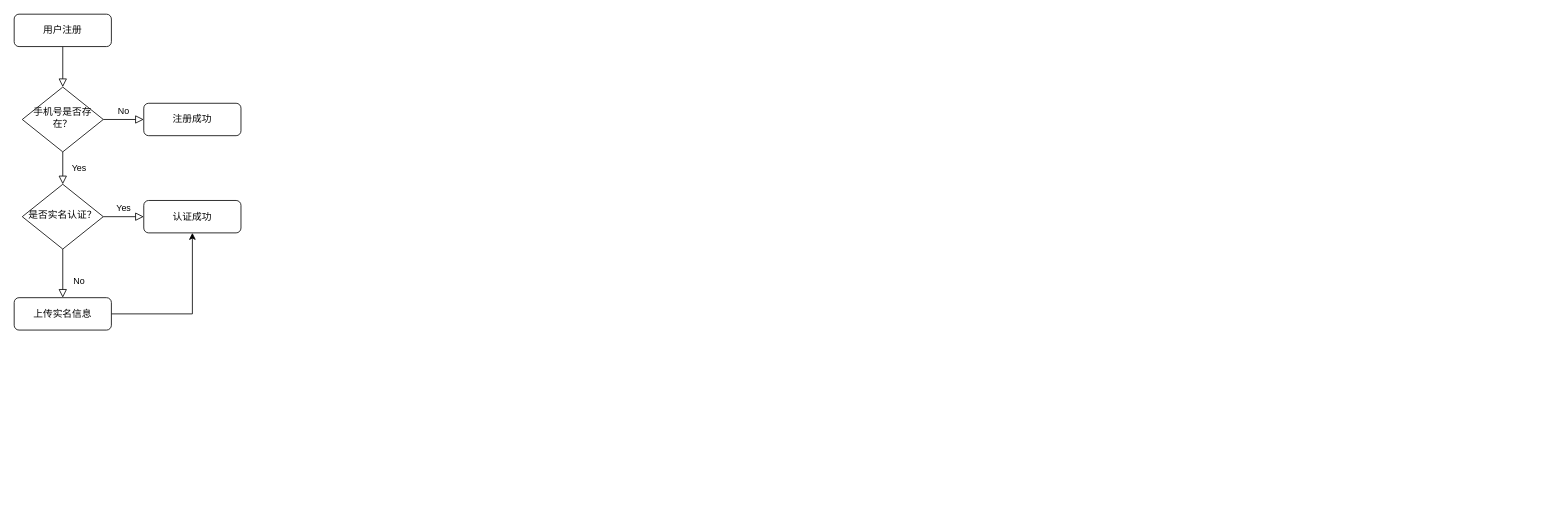
vikey5210000/diagrams keeps this draw.io diagram as 换电SaaS平台-业务流程图.drawio. Above is the earlier version. Source tidied: cells renumbered, new cells numbered last; positions are measured from the earlier drawing's top-left corner, leaving out a move shared by most shapes. Both pictures are drawn from the tidied source at 81%, with x=0, y=0 at pixel (14, 14).
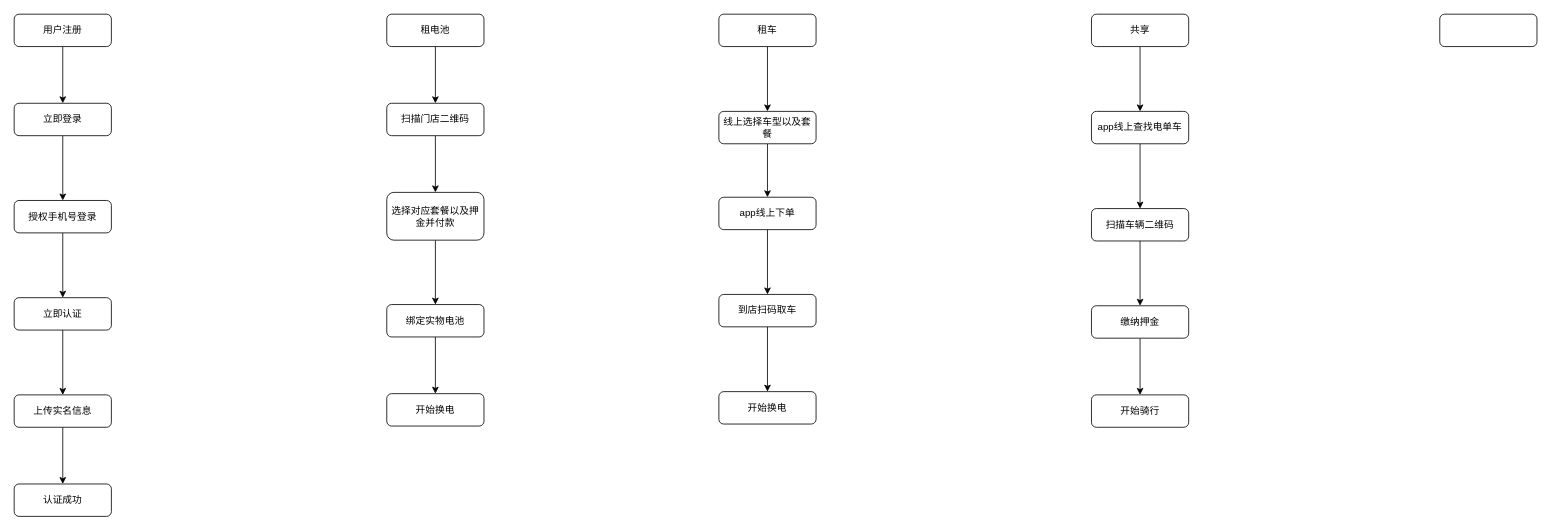
Above is the later version.

Commit message:
租电池、租车、共享业务流程

Unchanged cells that the change refers to:
```xml
<mxCell id="3" value="用户注册" style="rounded=1;whiteSpace=wrap;html=1;fontSize=12;glass=0;strokeWidth=1;shadow=0;" parent="1" vertex="1">
  <mxGeometry width="120" height="40" as="geometry" />
</mxCell>
```

The edit, as a diff of the source:
```diff
@@
-    <mxCell id="2" style="rounded=0;html=1;jettySize=auto;fontSize=11;endArrow=block;endFill=0;endSize=8;strokeWidth=1;shadow=0;labelBackgroundColor=none;edgeStyle=orthogonalEdgeStyle;" parent="1" edge="1" source="3" target="6">
-      <mxGeometry relative="1" as="geometry" />
-    </mxCell>
+    <mxCell id="14" style="edgeStyle=orthogonalEdgeStyle;rounded=0;jettySize=auto;html=1;" parent="1" edge="1" source="3" target="27">
+      <mxGeometry relative="1" as="geometry" />
+    </mxCell>
@@
-    <mxCell id="4" value="Yes" style="rounded=0;html=1;jettySize=auto;fontSize=11;endArrow=block;endFill=0;endSize=8;strokeWidth=1;shadow=0;labelBackgroundColor=none;edgeStyle=orthogonalEdgeStyle;" parent="1" edge="1" source="6" target="10">
-      <mxGeometry y="20" relative="1" as="geometry" />
-    </mxCell>
-    <mxCell id="5" value="No" style="edgeStyle=orthogonalEdgeStyle;rounded=0;html=1;jettySize=auto;fontSize=11;endArrow=block;endFill=0;endSize=8;strokeWidth=1;shadow=0;labelBackgroundColor=none;" parent="1" edge="1" source="6" target="7">
-      <mxGeometry y="10" relative="1" as="geometry" />
-    </mxCell>
-    <mxCell id="6" value="手机号是否存在？" style="rhombus;whiteSpace=wrap;html=1;shadow=0;fontFamily=Helvetica;fontSize=12;align=center;strokeWidth=1;spacing=6;spacingTop=-4;" parent="1" vertex="1">
-      <mxGeometry x="10" y="90" width="100" height="80" as="geometry" />
-    </mxCell>
-    <mxCell id="7" value="注册成功" style="rounded=1;whiteSpace=wrap;html=1;fontSize=12;glass=0;strokeWidth=1;shadow=0;" parent="1" vertex="1">
-      <mxGeometry x="160" y="110" width="120" height="40" as="geometry" />
-    </mxCell>
-    <mxCell id="8" value="No" style="rounded=0;html=1;jettySize=auto;fontSize=11;endArrow=block;endFill=0;endSize=8;strokeWidth=1;shadow=0;labelBackgroundColor=none;edgeStyle=orthogonalEdgeStyle;" parent="1" edge="1" source="10" target="12">
-      <mxGeometry x="0.33" y="20" relative="1" as="geometry" />
-    </mxCell>
-    <mxCell id="9" value="Yes" style="edgeStyle=orthogonalEdgeStyle;rounded=0;html=1;jettySize=auto;fontSize=11;endArrow=block;endFill=0;endSize=8;strokeWidth=1;shadow=0;labelBackgroundColor=none;" parent="1" edge="1" source="10" target="13">
-      <mxGeometry y="10" relative="1" as="geometry" />
-    </mxCell>
-    <mxCell id="10" value="是否实名认证？" style="rhombus;whiteSpace=wrap;html=1;shadow=0;fontFamily=Helvetica;fontSize=12;align=center;strokeWidth=1;spacing=6;spacingTop=-4;" parent="1" vertex="1">
-      <mxGeometry x="10" y="210" width="100" height="80" as="geometry" />
-    </mxCell>
+    <mxCell id="15" style="edgeStyle=orthogonalEdgeStyle;rounded=0;jettySize=auto;html=1;" parent="1" edge="1" source="16" target="18">
+      <mxGeometry relative="1" as="geometry" />
+    </mxCell>
+    <mxCell id="16" value="租电池" style="rounded=1;whiteSpace=wrap;html=1;" parent="1" vertex="1">
+      <mxGeometry x="460" width="120" height="40" as="geometry" />
+    </mxCell>
+    <mxCell id="17" style="edgeStyle=orthogonalEdgeStyle;rounded=0;jettySize=auto;html=1;" parent="1" edge="1" source="18" target="20">
+      <mxGeometry relative="1" as="geometry" />
+    </mxCell>
+    <mxCell id="18" value="扫描门店二维码" style="whiteSpace=wrap;html=1;rounded=1;" parent="1" vertex="1">
+      <mxGeometry x="460" y="110" width="120" height="40" as="geometry" />
+    </mxCell>
+    <mxCell id="19" style="edgeStyle=orthogonalEdgeStyle;rounded=0;jettySize=auto;html=1;" parent="1" edge="1" source="20" target="22">
+      <mxGeometry relative="1" as="geometry" />
+    </mxCell>
+    <mxCell id="20" value="选择对应套餐以及押金并付款" style="whiteSpace=wrap;html=1;rounded=1;" parent="1" vertex="1">
+      <mxGeometry x="460" y="220" width="120" height="59" as="geometry" />
+    </mxCell>
+    <mxCell id="21" style="edgeStyle=orthogonalEdgeStyle;rounded=0;jettySize=auto;html=1;" parent="1" edge="1" source="22" target="25">
+      <mxGeometry relative="1" as="geometry" />
+    </mxCell>
+    <mxCell id="22" value="绑定实物电池" style="whiteSpace=wrap;html=1;rounded=1;" parent="1" vertex="1">
+      <mxGeometry x="460" y="358.5" width="120" height="40" as="geometry" />
+    </mxCell>
+    <mxCell id="23" style="edgeStyle=orthogonalEdgeStyle;rounded=0;jettySize=auto;html=1;" parent="1" edge="1" source="24" target="38">
+      <mxGeometry relative="1" as="geometry" />
+    </mxCell>
+    <mxCell id="24" value="租车" style="rounded=1;whiteSpace=wrap;html=1;" parent="1" vertex="1">
+      <mxGeometry x="870" width="120" height="40" as="geometry" />
+    </mxCell>
+    <mxCell id="25" value="开始换电" style="whiteSpace=wrap;html=1;rounded=1;" parent="1" vertex="1">
+      <mxGeometry x="460" y="468.5" width="120" height="40" as="geometry" />
+    </mxCell>
+    <mxCell id="26" style="edgeStyle=orthogonalEdgeStyle;rounded=0;jettySize=auto;html=1;" parent="1" edge="1" source="27" target="29">
+      <mxGeometry relative="1" as="geometry" />
+    </mxCell>
+    <mxCell id="27" value="立即登录" style="whiteSpace=wrap;html=1;rounded=1;glass=0;strokeWidth=1;shadow=0;" parent="1" vertex="1">
+      <mxGeometry y="110" width="120" height="40" as="geometry" />
+    </mxCell>
+    <mxCell id="28" style="edgeStyle=orthogonalEdgeStyle;rounded=0;jettySize=auto;html=1;" parent="1" edge="1" source="29" target="31">
+      <mxGeometry relative="1" as="geometry" />
+    </mxCell>
+    <mxCell id="29" value="授权手机号登录" style="whiteSpace=wrap;html=1;rounded=1;glass=0;strokeWidth=1;shadow=0;" parent="1" vertex="1">
+      <mxGeometry y="230" width="120" height="40" as="geometry" />
+    </mxCell>
+    <mxCell id="30" style="edgeStyle=orthogonalEdgeStyle;rounded=0;jettySize=auto;html=1;" parent="1" edge="1" source="31" target="12">
+      <mxGeometry relative="1" as="geometry" />
+    </mxCell>
+    <mxCell id="31" value="立即认证" style="whiteSpace=wrap;html=1;rounded=1;glass=0;strokeWidth=1;shadow=0;" parent="1" vertex="1">
+      <mxGeometry y="350" width="120" height="40" as="geometry" />
+    </mxCell>
-    <mxCell id="11" style="edgeStyle=orthogonalEdgeStyle;rounded=0;jettySize=auto;html=1;exitX=1;exitY=0.5;exitDx=0;exitDy=0;entryX=0.5;entryY=1;entryDx=0;entryDy=0;" parent="1" edge="1" source="12" target="13">
+    <mxCell id="11" style="edgeStyle=orthogonalEdgeStyle;rounded=0;jettySize=auto;html=1;" parent="1" edge="1" source="12" target="13">
       <mxGeometry relative="1" as="geometry" />
     </mxCell>
-    <mxCell id="12" value="上传实名信息" style="rounded=1;whiteSpace=wrap;html=1;fontSize=12;glass=0;strokeWidth=1;shadow=0;" parent="1" vertex="1">
-      <mxGeometry y="350" width="120" height="40" as="geometry" />
+    <mxCell id="12" value="上传实名信息" style="whiteSpace=wrap;html=1;rounded=1;glass=0;strokeWidth=1;shadow=0;" parent="1" vertex="1">
+      <mxGeometry y="470" width="120" height="40" as="geometry" />
     </mxCell>
-    <mxCell id="13" value="认证成功" style="rounded=1;whiteSpace=wrap;html=1;fontSize=12;glass=0;strokeWidth=1;shadow=0;" parent="1" vertex="1">
-      <mxGeometry x="160" y="230" width="120" height="40" as="geometry" />
+    <mxCell id="13" value="认证成功" style="whiteSpace=wrap;html=1;rounded=1;glass=0;strokeWidth=1;shadow=0;" parent="1" vertex="1">
+      <mxGeometry y="580" width="120" height="40" as="geometry" />
     </mxCell>
+    <mxCell id="32" style="edgeStyle=orthogonalEdgeStyle;rounded=0;jettySize=auto;html=1;" parent="1" edge="1" source="33" target="35">
+      <mxGeometry relative="1" as="geometry" />
+    </mxCell>
+    <mxCell id="33" value="app线上下单" style="whiteSpace=wrap;html=1;rounded=1;" parent="1" vertex="1">
+      <mxGeometry x="870" y="226" width="120" height="40" as="geometry" />
+    </mxCell>
+    <mxCell id="34" style="edgeStyle=orthogonalEdgeStyle;rounded=0;jettySize=auto;html=1;" parent="1" edge="1" source="35" target="36">
+      <mxGeometry relative="1" as="geometry" />
+    </mxCell>
+    <mxCell id="35" value="到店扫码取车" style="whiteSpace=wrap;html=1;rounded=1;" parent="1" vertex="1">
+      <mxGeometry x="870" y="346" width="120" height="40" as="geometry" />
+    </mxCell>
+    <mxCell id="36" value="开始换电" style="whiteSpace=wrap;html=1;rounded=1;" parent="1" vertex="1">
+      <mxGeometry x="870" y="466" width="120" height="40" as="geometry" />
+    </mxCell>
+    <mxCell id="37" style="edgeStyle=orthogonalEdgeStyle;rounded=0;jettySize=auto;html=1;" parent="1" edge="1" source="38" target="33">
+      <mxGeometry relative="1" as="geometry" />
+    </mxCell>
+    <mxCell id="38" value="线上选择车型以及套餐" style="rounded=1;whiteSpace=wrap;html=1;" parent="1" vertex="1">
+      <mxGeometry x="870" y="120" width="120" height="40" as="geometry" />
+    </mxCell>
+    <mxCell id="39" style="edgeStyle=orthogonalEdgeStyle;rounded=0;jettySize=auto;html=1;" parent="1" edge="1" source="40" target="42">
+      <mxGeometry relative="1" as="geometry" />
+    </mxCell>
+    <mxCell id="40" value="共享" style="rounded=1;whiteSpace=wrap;html=1;" parent="1" vertex="1">
+      <mxGeometry x="1330" width="120" height="40" as="geometry" />
+    </mxCell>
+    <mxCell id="41" style="edgeStyle=orthogonalEdgeStyle;rounded=0;jettySize=auto;html=1;" parent="1" edge="1" source="42" target="44">
+      <mxGeometry relative="1" as="geometry" />
+    </mxCell>
+    <mxCell id="42" value="app线上查找电单车" style="rounded=1;whiteSpace=wrap;html=1;" parent="1" vertex="1">
+      <mxGeometry x="1330" y="120" width="120" height="40" as="geometry" />
+    </mxCell>
+    <mxCell id="43" style="edgeStyle=orthogonalEdgeStyle;rounded=0;jettySize=auto;html=1;" parent="1" edge="1" source="44" target="46">
+      <mxGeometry relative="1" as="geometry" />
+    </mxCell>
+    <mxCell id="44" value="扫描车辆二维码" style="rounded=1;whiteSpace=wrap;html=1;" parent="1" vertex="1">
+      <mxGeometry x="1330" y="240" width="120" height="40" as="geometry" />
+    </mxCell>
+    <mxCell id="45" style="edgeStyle=orthogonalEdgeStyle;rounded=0;jettySize=auto;html=1;" parent="1" edge="1" source="46" target="47">
+      <mxGeometry relative="1" as="geometry" />
+    </mxCell>
+    <mxCell id="46" value="缴纳押金" style="rounded=1;whiteSpace=wrap;html=1;" parent="1" vertex="1">
+      <mxGeometry x="1330" y="360" width="120" height="40" as="geometry" />
+    </mxCell>
+    <mxCell id="47" value="开始骑行" style="whiteSpace=wrap;html=1;rounded=1;" parent="1" vertex="1">
+      <mxGeometry x="1330" y="470" width="120" height="40" as="geometry" />
+    </mxCell>
+    <mxCell id="48" style="rounded=1;whiteSpace=wrap;html=1;" parent="1" vertex="1">
+      <mxGeometry x="1760" width="120" height="40" as="geometry" />
+    </mxCell>
```
